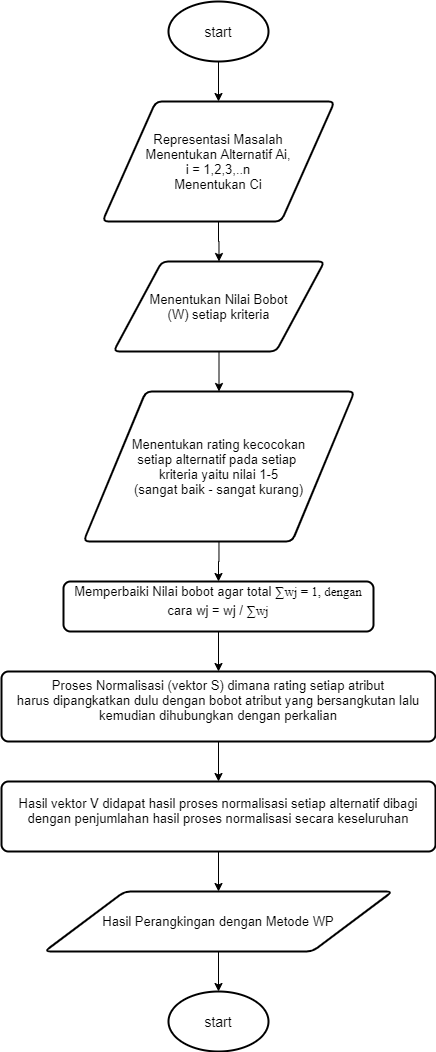
Before: diagrams/wp.png, a diagram exported from draw.io (snalkaa97/Tugas-Akhir). Source tidied: cells renumbered, new cells last; positions are measured from the earlier drawing's top-left corner, leaving out a move shared by most shapes.
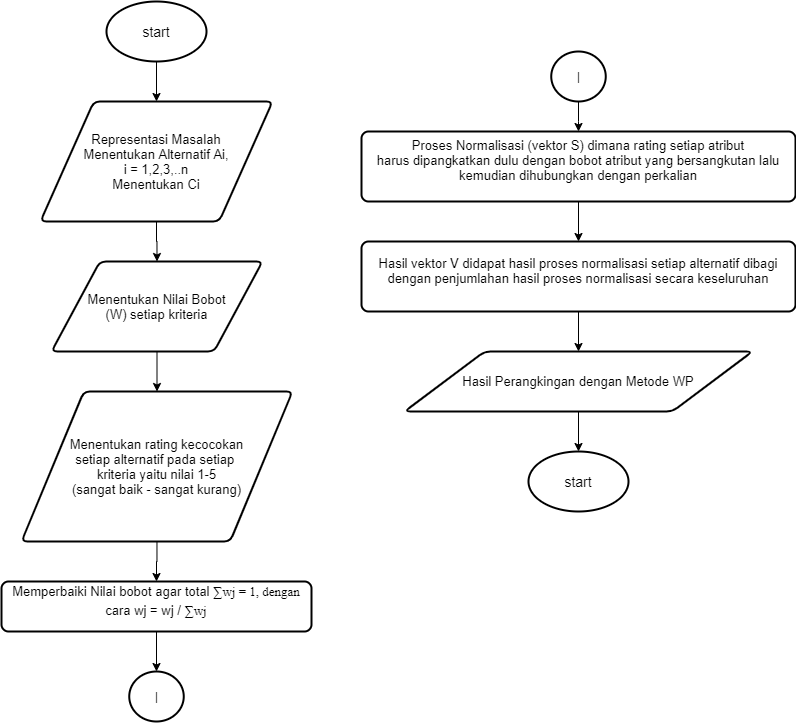
After the commit.

The edit, as a diff of the source:
```diff
@@ -26,32 +26,58 @@
     <mxCell id="9" value="&lt;font style=&quot;font-size: 13px&quot;&gt;Menentukan Nilai Bobot&lt;br&gt;(W) setiap kriteria&lt;br&gt;&lt;/font&gt;" style="shape=parallelogram;html=1;strokeWidth=2;perimeter=parallelogramPerimeter;whiteSpace=wrap;rounded=1;arcSize=12;size=0.23;" parent="1" vertex="1">
       <mxGeometry x="112" y="260" width="211" height="90" as="geometry" />
     </mxCell>
-    <mxCell id="10" style="edgeStyle=orthogonalEdgeStyle;rounded=0;jettySize=auto;html=1;entryX=0.5;entryY=0;entryDx=0;entryDy=0;" parent="1" edge="1" source="11" target="13">
-      <mxGeometry relative="1" as="geometry" />
+    <mxCell id="10" style="edgeStyle=orthogonalEdgeStyle;rounded=0;jettySize=auto;html=1;entryX=0.5;entryY=0;entryDx=0;entryDy=0;" parent="1" edge="1" source="11">
+      <mxGeometry relative="1" as="geometry">
+        <mxPoint x="217" y="670" as="targetPoint" />
+      </mxGeometry>
     </mxCell>
     <mxCell id="11" value="&lt;font style=&quot;font-size: 13px&quot;&gt;Memperbaiki Nilai bobot agar total&amp;nbsp;&lt;span style=&quot;text-align: justify&quot;&gt;&lt;span lang=&quot;EN-US&quot; style=&quot;line-height: 150% ; font-family: &amp;#34;times new roman&amp;#34; , serif&quot;&gt;&lt;font style=&quot;font-size: 13px&quot;&gt;&lt;b&gt;∑&lt;/b&gt;wj = 1, dengan&lt;br&gt;&lt;/font&gt;&lt;/span&gt;&lt;/span&gt;cara wj = wj /&amp;nbsp;&lt;span style=&quot;text-align: justify&quot;&gt;&lt;span lang=&quot;EN-US&quot; style=&quot;line-height: 150% ; font-family: &amp;#34;times new roman&amp;#34; , serif&quot;&gt;&lt;font style=&quot;font-size: 13px&quot;&gt;&lt;b&gt;∑&lt;/b&gt;wj&lt;/font&gt;&lt;/span&gt;&lt;/span&gt;&lt;/font&gt;&lt;p class=&quot;MsoNormal&quot; style=&quot;text-align: justify ; line-height: 150%&quot;&gt;&lt;b&gt;&lt;span lang=&quot;EN-US&quot; style=&quot;font-size: 12.0pt ; line-height: 150% ; font-family: &amp;#34;times new roman&amp;#34; , serif&quot;&gt;&lt;/span&gt;&lt;/b&gt;&lt;/p&gt;" style="rounded=1;whiteSpace=wrap;html=1;absoluteArcSize=1;arcSize=14;strokeWidth=2;" parent="1" vertex="1">
       <mxGeometry x="62" y="580" width="310" height="50" as="geometry" />
     </mxCell>
-    <mxCell id="12" style="edgeStyle=orthogonalEdgeStyle;rounded=0;jettySize=auto;html=1;entryX=0.5;entryY=0;entryDx=0;entryDy=0;" parent="1" edge="1" source="13" target="15">
-      <mxGeometry relative="1" as="geometry" />
+    <mxCell id="12" style="edgeStyle=orthogonalEdgeStyle;rounded=0;jettySize=auto;html=1;entryX=0.5;entryY=0;entryDx=0;entryDy=0;" parent="1" edge="1" target="x">
+      <mxGeometry relative="1" as="geometry">
+        <mxPoint x="217" y="740" as="sourcePoint" />
+      </mxGeometry>
     </mxCell>
+    <mxCell id="14" style="edgeStyle=orthogonalEdgeStyle;rounded=0;jettySize=auto;html=1;entryX=0.5;entryY=0;entryDx=0;entryDy=0;" parent="1" edge="1" target="x">
+      <mxGeometry relative="1" as="geometry">
+        <mxPoint x="217" y="850" as="sourcePoint" />
+      </mxGeometry>
+    </mxCell>
+    <mxCell id="16" style="edgeStyle=orthogonalEdgeStyle;rounded=0;jettySize=auto;html=1;entryX=0.5;entryY=0;entryDx=0;entryDy=0;entryPerimeter=0;" parent="1" edge="1" target="x">
+      <mxGeometry relative="1" as="geometry">
+        <mxPoint x="217" y="950" as="sourcePoint" />
+      </mxGeometry>
+    </mxCell>
+    <mxCell id="19" style="edgeStyle=orthogonalEdgeStyle;rounded=0;jettySize=auto;html=1;entryX=0.5;entryY=0;entryDx=0;entryDy=0;" parent="1" edge="1" source="13" target="15">
+      <mxGeometry relative="1" as="geometry" />
+    </mxCell>
     <mxCell id="13" value="&lt;font style=&quot;font-size: 13px&quot;&gt;Proses Normalisasi (vektor S) dimana rating setiap atribut&lt;br&gt;harus dipangkatkan dulu dengan bobot atribut yang bersangkutan lalu kemudian dihubungkan dengan perkalian&lt;/font&gt;&lt;br&gt;&lt;p class=&quot;MsoNormal&quot; style=&quot;text-align: justify ; line-height: 150%&quot;&gt;&lt;b&gt;&lt;span lang=&quot;EN-US&quot; style=&quot;font-size: 12.0pt ; line-height: 150% ; font-family: &amp;#34;times new roman&amp;#34; , serif&quot;&gt;&lt;/span&gt;&lt;/b&gt;&lt;/p&gt;" style="rounded=1;whiteSpace=wrap;html=1;absoluteArcSize=1;arcSize=14;strokeWidth=2;" parent="1" vertex="1">
-      <mxGeometry y="670" width="434" height="70" as="geometry" />
+      <mxGeometry x="422" y="130" width="434" height="70" as="geometry" />
     </mxCell>
-    <mxCell id="14" style="edgeStyle=orthogonalEdgeStyle;rounded=0;jettySize=auto;html=1;entryX=0.5;entryY=0;entryDx=0;entryDy=0;" parent="1" edge="1" source="15" target="17">
-      <mxGeometry relative="1" as="geometry" />
-    </mxCell>
+    <mxCell id="20" style="edgeStyle=orthogonalEdgeStyle;rounded=0;jettySize=auto;html=1;entryX=0.5;entryY=0;entryDx=0;entryDy=0;" parent="1" edge="1" source="15" target="17">
+      <mxGeometry relative="1" as="geometry" />
+    </mxCell>
     <mxCell id="15" value="&lt;span style=&quot;font-size: 13px&quot;&gt;Hasil vektor V didapat hasil proses normalisasi setiap alternatif dibagi dengan penjumlahan hasil proses normalisasi secara keseluruhan&lt;/span&gt;&lt;br&gt;&lt;p class=&quot;MsoNormal&quot; style=&quot;text-align: justify ; line-height: 150%&quot;&gt;&lt;b&gt;&lt;span lang=&quot;EN-US&quot; style=&quot;font-size: 12.0pt ; line-height: 150% ; font-family: &amp;#34;times new roman&amp;#34; , serif&quot;&gt;&lt;/span&gt;&lt;/b&gt;&lt;/p&gt;" style="rounded=1;whiteSpace=wrap;html=1;absoluteArcSize=1;arcSize=14;strokeWidth=2;" parent="1" vertex="1">
-      <mxGeometry y="780" width="434" height="70" as="geometry" />
+      <mxGeometry x="422" y="240" width="434" height="70" as="geometry" />
     </mxCell>
-    <mxCell id="16" style="edgeStyle=orthogonalEdgeStyle;rounded=0;jettySize=auto;html=1;entryX=0.5;entryY=0;entryDx=0;entryDy=0;entryPerimeter=0;" parent="1" edge="1" source="17" target="18">
-      <mxGeometry relative="1" as="geometry" />
-    </mxCell>
+    <mxCell id="21" style="edgeStyle=orthogonalEdgeStyle;rounded=0;jettySize=auto;html=1;entryX=0.5;entryY=0;entryDx=0;entryDy=0;entryPerimeter=0;" parent="1" edge="1" source="17" target="18">
+      <mxGeometry relative="1" as="geometry" />
+    </mxCell>
     <mxCell id="17" value="&lt;font style=&quot;font-size: 13px&quot;&gt;Hasil Perangkingan dengan Metode WP&lt;/font&gt;" style="shape=parallelogram;html=1;strokeWidth=2;perimeter=parallelogramPerimeter;whiteSpace=wrap;rounded=1;arcSize=12;size=0.23;" parent="1" vertex="1">
-      <mxGeometry x="43" y="890" width="348" height="60" as="geometry" />
+      <mxGeometry x="465" y="350" width="348" height="60" as="geometry" />
     </mxCell>
     <mxCell id="18" value="&lt;font style=&quot;font-size: 14px&quot;&gt;start&lt;/font&gt;" style="strokeWidth=2;html=1;shape=mxgraph.flowchart.start_1;whiteSpace=wrap;" parent="1" vertex="1">
-      <mxGeometry x="167" y="990" width="100" height="60" as="geometry" />
+      <mxGeometry x="589" y="450" width="100" height="60" as="geometry" />
     </mxCell>
+    <mxCell id="22" value="|" style="strokeWidth=2;html=1;shape=mxgraph.flowchart.start_2;whiteSpace=wrap;" parent="1" vertex="1">
+      <mxGeometry x="189.8" y="670" width="54.5" height="50" as="geometry" />
+    </mxCell>
+    <mxCell id="23" style="edgeStyle=orthogonalEdgeStyle;rounded=0;jettySize=auto;html=1;entryX=0.5;entryY=0;entryDx=0;entryDy=0;" parent="1" edge="1" source="24" target="13">
+      <mxGeometry relative="1" as="geometry" />
+    </mxCell>
+    <mxCell id="24" value="|" style="strokeWidth=2;html=1;shape=mxgraph.flowchart.start_2;whiteSpace=wrap;" parent="1" vertex="1">
+      <mxGeometry x="611.8" y="50" width="54.5" height="50" as="geometry" />
+    </mxCell>
   </root>
 </mxGraphModel>
```
